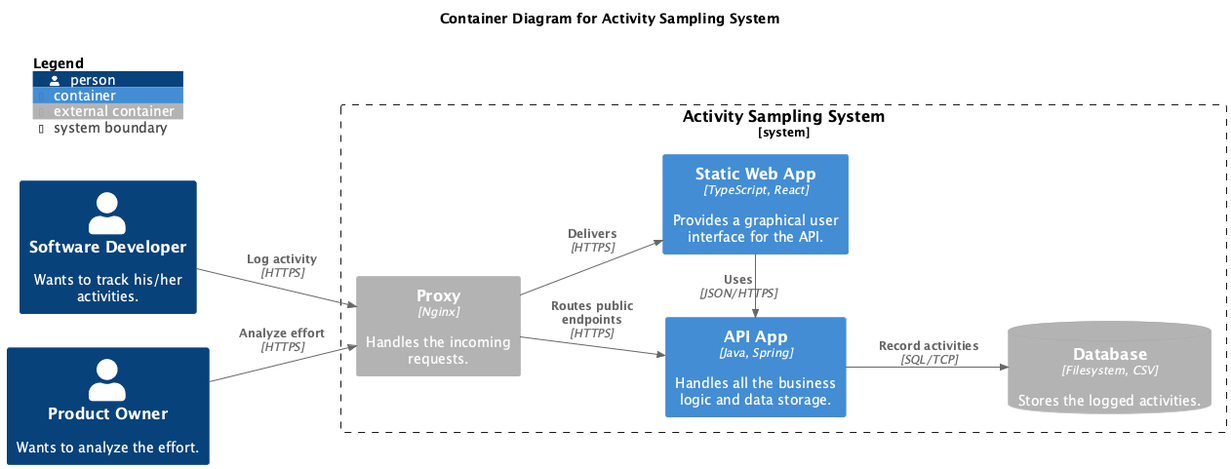
Before: doc/components.png, a diagram exported from PlantUML (falkoschumann/activity-sampling). Its diagram source:
```plantuml
@startuml
!include https://raw.githubusercontent.com/plantuml-stdlib/C4-PlantUML/master/C4_Component.puml

LAYOUT_LANDSCAPE()

title "Container Diagram for Activity Sampling System"

Person(softwareDeveloper, "Software Developer", "Wants to track his/her activities.")
Person(productOwner, "Product Owner", "Wants to analyze the effort.")

System_Boundary(activitySampling, "Activity Sampling System") {
  Container_Ext(proxy, "Proxy", "Nginx", "Handles the incoming requests.")
  Container(webApp, "Static Web App", "TypeScript, React", "Provides a graphical user interface for the API.")
  Container(apiApp, "API App", "Java, Spring", "Handles all the business logic and data storage.")
  ContainerDb_Ext(database, "Database", "Filesystem, CSV", "Stores the logged activities.")

  Rel(proxy, webApp, "Delivers", "HTTPS")
  Rel(proxy, apiApp, "Routes public endpoints", "HTTPS")
  Rel_Up(webApp, apiApp, "Uses", "JSON/HTTPS")
  Rel(apiApp, database, "Record activities", "SQL/TCP")
}

Rel(softwareDeveloper, proxy, "Log activity", "HTTPS")
Rel(productOwner, proxy, "Analyze effort", "HTTPS")

SHOW_FLOATING_LEGEND()
@enduml
```
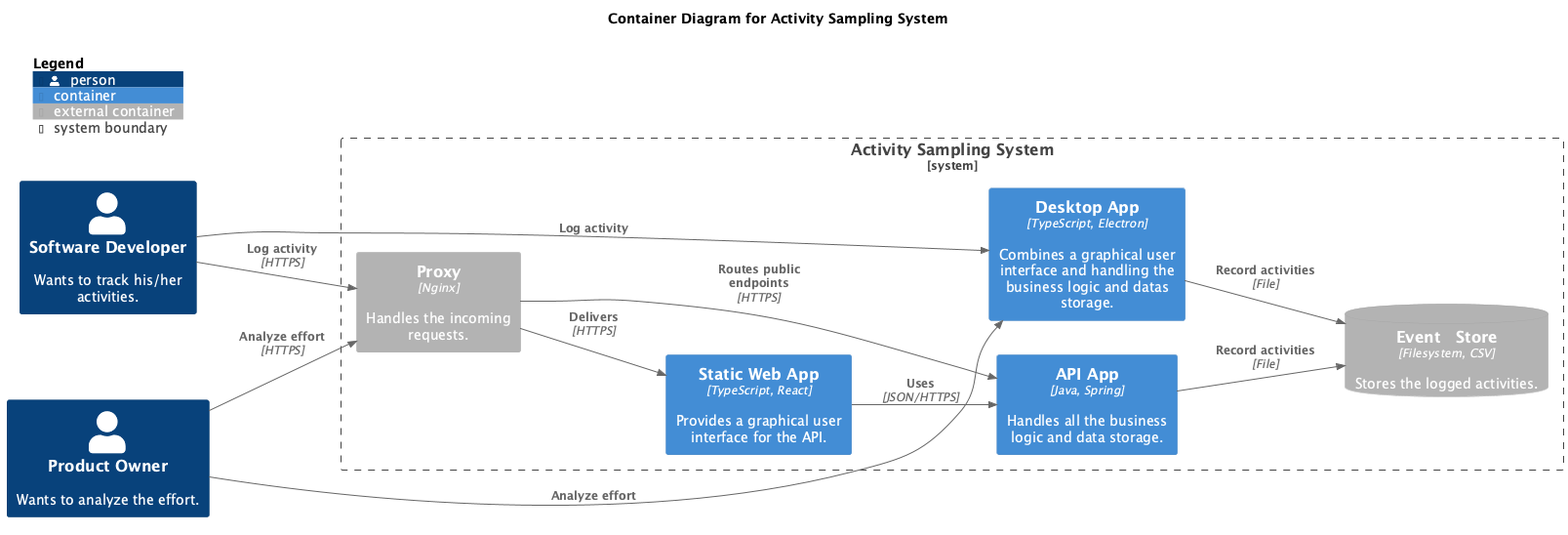
After the change.

Commit message:
docs: add desktop app

What changed in the source:
```diff
@@ -12,16 +12,21 @@
   Container_Ext(proxy, "Proxy", "Nginx", "Handles the incoming requests.")
   Container(webApp, "Static Web App", "TypeScript, React", "Provides a graphical user interface for the API.")
   Container(apiApp, "API App", "Java, Spring", "Handles all the business logic and data storage.")
-  ContainerDb_Ext(database, "Database", "Filesystem, CSV", "Stores the logged activities.")
+  Container(desktopApp, "Desktop App", "TypeScript, Electron", "Combines a graphical user interface and handling the business logic and datas storage.")
+  ContainerDb_Ext(eventStore, "Event　Store", "Filesystem, CSV", "Stores the logged activities.")
 
   Rel(proxy, webApp, "Delivers", "HTTPS")
   Rel(proxy, apiApp, "Routes public endpoints", "HTTPS")
-  Rel_Up(webApp, apiApp, "Uses", "JSON/HTTPS")
-  Rel(apiApp, database, "Record activities", "SQL/TCP")
+  Rel(webApp, apiApp, "Uses", "JSON/HTTPS")
+  Rel(apiApp, eventStore, "Record activities", "File")
+  Rel(desktopApp, eventStore, "Record activities", "File")
 }
 
 Rel(softwareDeveloper, proxy, "Log activity", "HTTPS")
+Rel(softwareDeveloper, desktopApp, "Log activity")
+
 Rel(productOwner, proxy, "Analyze effort", "HTTPS")
+Rel(productOwner, desktopApp, "Analyze effort")
 
 SHOW_FLOATING_LEGEND()
 @enduml
```
